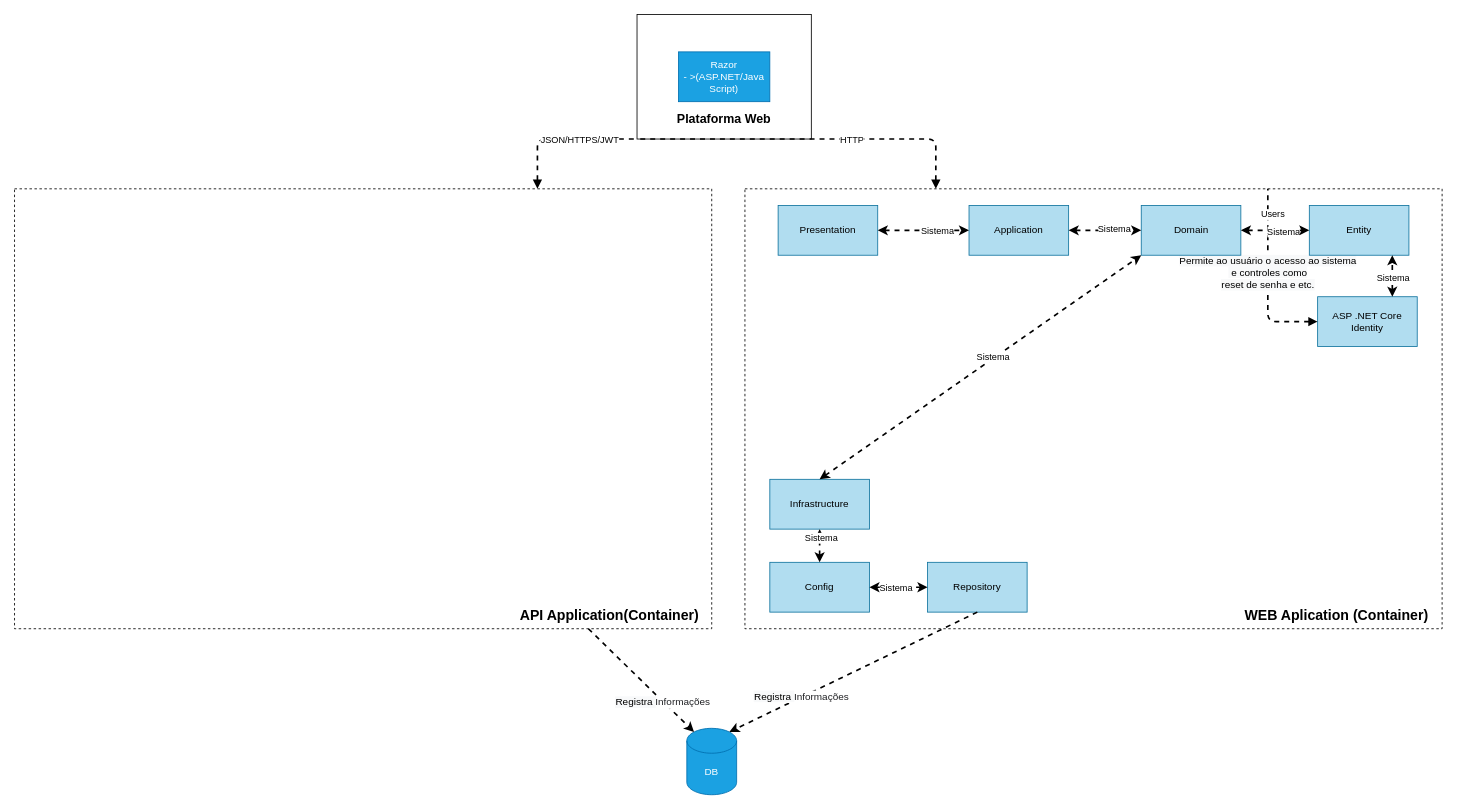
Before: page "Diagrama de Componentes" (3 of 3) of Documentações/Diamantes - MyFinances.drawio in Stwart-Cordeiro/MyFinance, a draw.io diagram. Source tidied: cells renumbered, new cells numbered last; positions are measured from the earlier drawing's top-left corner, leaving out a move shared by most shapes. Both pictures are drawn from the tidied source at 83%, with x=0, y=0 at pixel (14, 14).
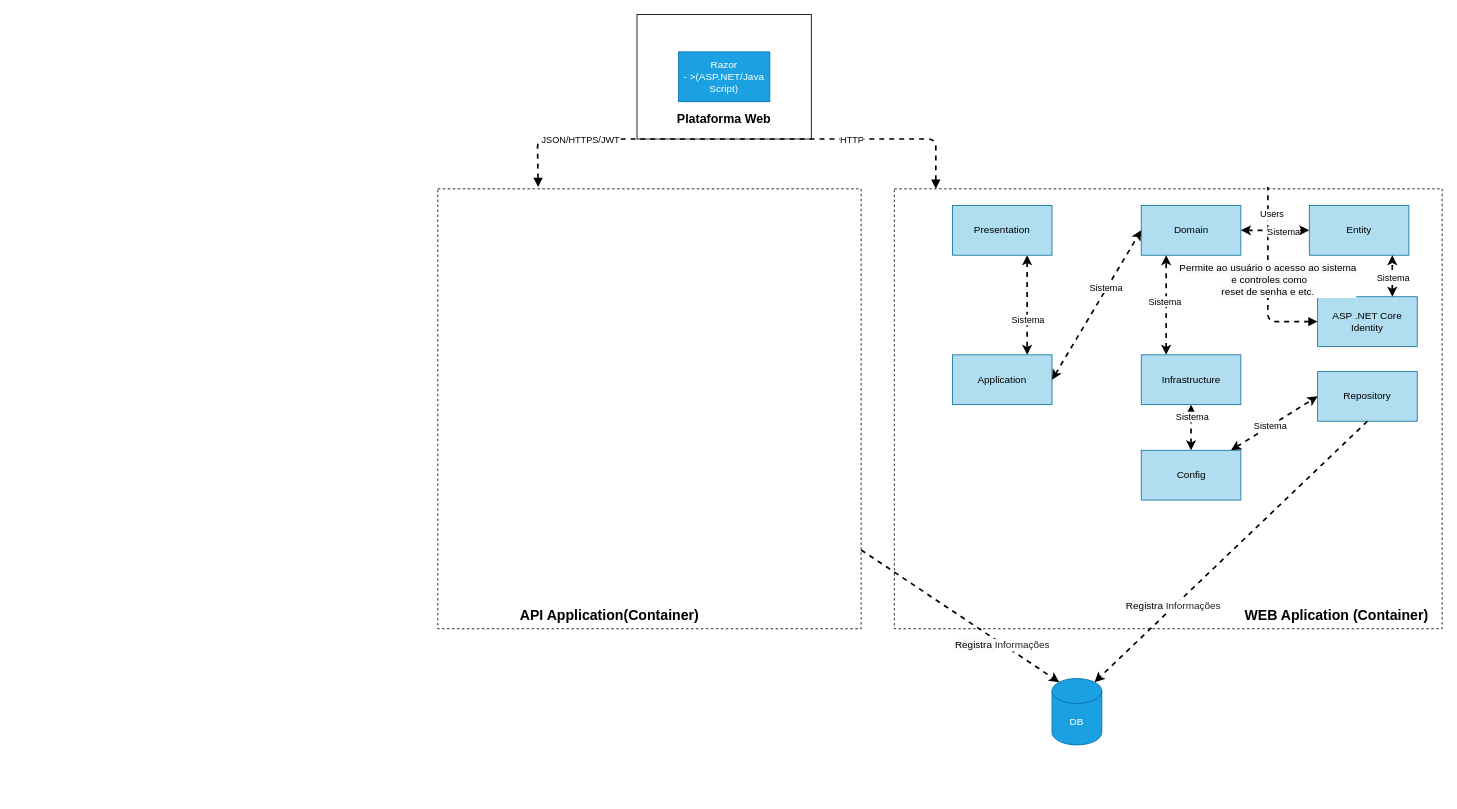
After the change.

The change refers to these unchanged cells:
```xml
<mxCell id="6" value="ASP .NET Core Identity" style="rounded=0;whiteSpace=wrap;html=1;fillColor=#b1ddf0;strokeColor=#10739e;" parent="1" vertex="1">
  <mxGeometry x="1570" y="340" width="120" height="60" as="geometry" />
</mxCell>
<mxCell id="16" value="Domain" style="rounded=0;whiteSpace=wrap;html=1;fillColor=#b1ddf0;strokeColor=#10739e;" parent="1" vertex="1">
  <mxGeometry x="1357.5" y="230" width="120" height="60" as="geometry" />
</mxCell>
```

Change to the diagram source:
```diff
@@
     <mxCell id="5" style="rounded=0;whiteSpace=wrap;html=1;dashed=1;" parent="1" vertex="1">
-      <mxGeometry x="880" y="210" width="840" height="530" as="geometry" />
+      <mxGeometry x="1060" y="210" width="660" height="530" as="geometry" />
     </mxCell>
@@
-    <mxCell id="9" style="endArrow=none;dashed=1;html=1;strokeWidth=2;endFill=0;startArrow=block;startFill=1;entryX=0.75;entryY=0;entryDx=0;entryDy=0;" parent="1" edge="1" source="6" target="5">
+    <mxCell id="9" style="endArrow=none;dashed=1;html=1;strokeWidth=2;endFill=0;startArrow=block;startFill=1;entryX=0.682;entryY=-0.004;entryDx=0;entryDy=0;entryPerimeter=0;" parent="1" edge="1" source="6" target="5">
       <mxGeometry relative="1" as="geometry">
         <Array as="points">
           <mxPoint x="1510" y="370" />
         </Array>
       </mxGeometry>
     </mxCell>
@@
     <mxCell id="11" value="&lt;span style=&quot;font-size: 12px ; background-color: rgb(248 , 249 , 250)&quot;&gt;Permite ao usuário o acesso ao sistema&lt;br&gt;&amp;nbsp;e controles como &lt;br&gt;reset de senha e etc.&lt;/span&gt;" style="edgeLabel;html=1;align=center;verticalAlign=middle;" parent="9" vertex="1">
       <mxGeometry x="0.6" y="1" relative="1" as="geometry">
-        <mxPoint y="56" as="offset" />
+        <mxPoint y="68" as="offset" />
       </mxGeometry>
     </mxCell>
     <mxCell id="12" value="DB" style="shape=cylinder3;whiteSpace=wrap;html=1;boundedLbl=1;backgroundOutline=1;size=15;fillColor=#1ba1e2;strokeColor=#006EAF;fontColor=#ffffff;" parent="1" vertex="1">
-      <mxGeometry x="810" y="860" width="60" height="80" as="geometry" />
+      <mxGeometry x="1250" y="800" width="60" height="80" as="geometry" />
     </mxCell>
@@
     <mxCell id="15" value="Application" style="rounded=0;whiteSpace=wrap;html=1;fillColor=#b1ddf0;strokeColor=#10739e;" parent="1" vertex="1">
-      <mxGeometry x="1150" y="230" width="120" height="60" as="geometry" />
+      <mxGeometry x="1130" y="410" width="120" height="60" as="geometry" />
     </mxCell>
@@
     <mxCell id="17" value="Infrastructure" style="rounded=0;whiteSpace=wrap;html=1;fillColor=#b1ddf0;strokeColor=#10739e;" parent="1" vertex="1">
-      <mxGeometry x="910" y="560" width="120" height="60" as="geometry" />
+      <mxGeometry x="1357.5" y="410" width="120" height="60" as="geometry" />
     </mxCell>
@@
     <mxCell id="24" value="Repository" style="rounded=0;whiteSpace=wrap;html=1;fillColor=#b1ddf0;strokeColor=#10739e;" parent="1" vertex="1">
-      <mxGeometry x="1100" y="660" width="120" height="60" as="geometry" />
+      <mxGeometry x="1570" y="430" width="120" height="60" as="geometry" />
     </mxCell>
     <mxCell id="25" value="Config" style="rounded=0;whiteSpace=wrap;html=1;fillColor=#b1ddf0;strokeColor=#10739e;" parent="1" vertex="1">
-      <mxGeometry x="910" y="660" width="120" height="60" as="geometry" />
+      <mxGeometry x="1357.5" y="525" width="120" height="60" as="geometry" />
     </mxCell>
@@
-    <mxCell id="32" style="endArrow=classic;startArrow=classic;html=1;dashed=1;strokeWidth=2;exitX=0.5;exitY=0;exitDx=0;exitDy=0;entryX=0;entryY=1;entryDx=0;entryDy=0;" parent="1" edge="1" source="17" target="16">
+    <mxCell id="32" style="endArrow=classic;startArrow=classic;html=1;dashed=1;strokeWidth=2;exitX=0.25;exitY=0;exitDx=0;exitDy=0;entryX=0.25;entryY=1;entryDx=0;entryDy=0;" parent="1" edge="1" source="17" target="16">
       <mxGeometry relative="1" as="geometry" />
     </mxCell>
@@
     <mxCell id="34" value="Presentation" style="rounded=0;whiteSpace=wrap;html=1;fillColor=#b1ddf0;strokeColor=#10739e;" parent="1" vertex="1">
-      <mxGeometry x="920" y="230" width="120" height="60" as="geometry" />
+      <mxGeometry x="1130" y="230" width="120" height="60" as="geometry" />
     </mxCell>
-    <mxCell id="35" style="endArrow=classic;startArrow=classic;html=1;dashed=1;strokeWidth=2;exitX=1;exitY=0.5;exitDx=0;exitDy=0;entryX=0;entryY=0.5;entryDx=0;entryDy=0;" parent="1" edge="1" source="34" target="15">
+    <mxCell id="35" style="endArrow=classic;startArrow=classic;html=1;dashed=1;strokeWidth=2;exitX=0.75;exitY=1;exitDx=0;exitDy=0;entryX=0.75;entryY=0;entryDx=0;entryDy=0;" parent="1" edge="1" source="34" target="15">
       <mxGeometry relative="1" as="geometry" />
     </mxCell>
@@
     <mxCell id="37" style="rounded=0;whiteSpace=wrap;html=1;dashed=1;" parent="1" vertex="1">
-      <mxGeometry y="210" width="840" height="530" as="geometry" />
+      <mxGeometry x="510" y="210" width="510" height="530" as="geometry" />
     </mxCell>
@@
-    <mxCell id="41" style="endArrow=none;dashed=1;html=1;strokeWidth=2;startArrow=block;startFill=1;exitX=0.75;exitY=0;exitDx=0;exitDy=0;" parent="1" edge="1" source="37">
+    <mxCell id="41" style="endArrow=none;dashed=1;html=1;strokeWidth=2;startArrow=block;startFill=1;exitX=0.237;exitY=-0.004;exitDx=0;exitDy=0;exitPerimeter=0;" parent="1" edge="1" source="37">
       <mxGeometry relative="1" as="geometry">
         <mxPoint x="750" y="150" as="targetPoint" />
         <Array as="points">
           <mxPoint x="630" y="150" />
         </Array>
       </mxGeometry>
     </mxCell>
```
